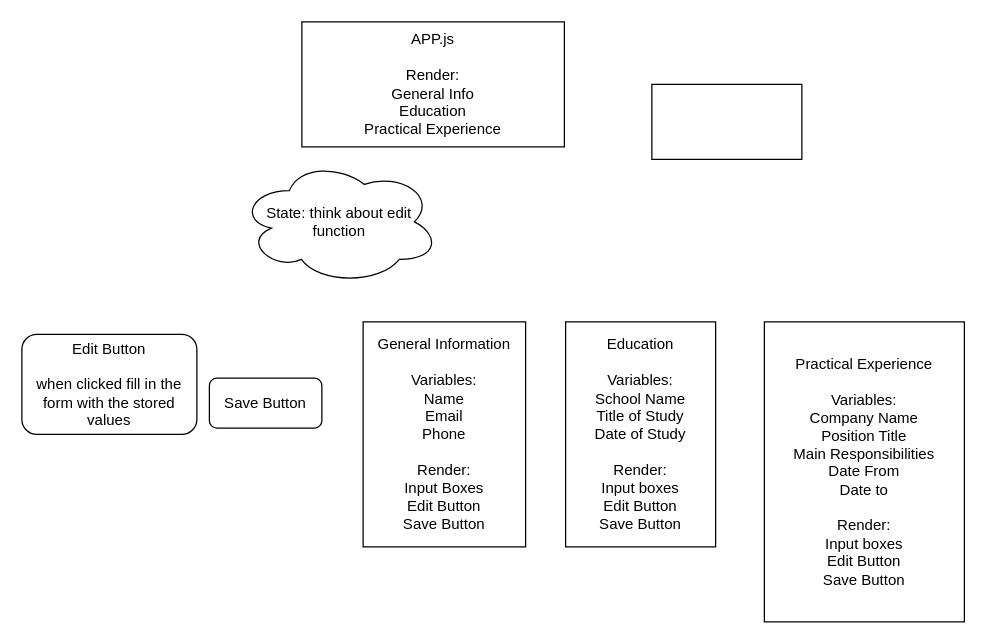
The draw.io diagram CV-Project/CVProject.drawio in ChrisKnowles53/odin-cv-project, before the edit. Source tidied: cells renumbered, new cells numbered last; positions are measured from the earlier drawing's top-left corner, leaving out a move shared by most shapes. Both pictures are drawn from the tidied source at 125%, with x=0, y=0 at pixel (21, 21).
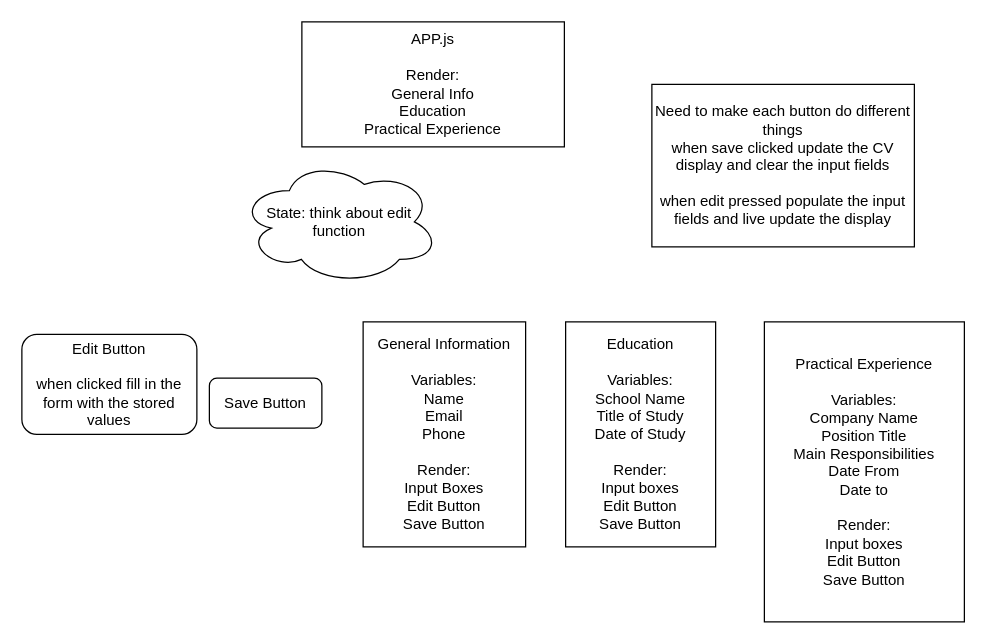
The same diagram, later.

Commit message (it also covers changes not shown here):
save and edit buttons added they need linking to do something

What changed in the source:
```diff
@@
 <mxGraphModel>
   <root>
     <mxCell id="0" />
     <mxCell id="1" parent="0" />
     <mxCell id="2" value="APP.js&lt;br&gt;&lt;br&gt;Render:&lt;br&gt;General Info&lt;br&gt;Education&lt;br&gt;Practical Experience" style="rounded=0;whiteSpace=wrap;html=1;" parent="1" vertex="1">
       <mxGeometry x="224" width="210" height="100" as="geometry" />
     </mxCell>
     <mxCell id="3" value="Education&lt;br&gt;&lt;br&gt;Variables:&lt;br&gt;School Name&lt;br&gt;Title of Study&lt;br&gt;Date of Study&lt;br&gt;&lt;br&gt;Render:&lt;br&gt;Input boxes&lt;br&gt;Edit Button&lt;br&gt;Save Button" style="rounded=0;whiteSpace=wrap;html=1;" parent="1" vertex="1">
       <mxGeometry x="435" y="240" width="120" height="180" as="geometry" />
     </mxCell>
     <mxCell id="4" value="Practical Experience&lt;br&gt;&lt;br&gt;Variables:&lt;br&gt;Company Name&lt;br&gt;Position Title&lt;br&gt;Main Responsibilities&lt;br&gt;Date From&lt;br&gt;Date to&lt;br&gt;&lt;br&gt;Render:&lt;br style=&quot;border-color: var(--border-color);&quot;&gt;Input boxes&lt;br style=&quot;border-color: var(--border-color);&quot;&gt;Edit Button&lt;br style=&quot;border-color: var(--border-color);&quot;&gt;Save Button" style="rounded=0;whiteSpace=wrap;html=1;" parent="1" vertex="1">
       <mxGeometry x="594" y="240" width="160" height="240" as="geometry" />
     </mxCell>
     <mxCell id="5" value="General Information&lt;br&gt;&lt;br&gt;Variables:&lt;br&gt;Name&lt;br&gt;Email&lt;br&gt;Phone&lt;br&gt;&lt;br&gt;Render:&lt;br&gt;Input Boxes&lt;br&gt;Edit Button&lt;br&gt;Save Button" style="rounded=0;whiteSpace=wrap;html=1;" parent="1" vertex="1">
       <mxGeometry x="273" y="240" width="130" height="180" as="geometry" />
     </mxCell>
     <mxCell id="6" value="Edit Button&lt;br&gt;&lt;br&gt;when clicked fill in the form with the stored values" style="rounded=1;whiteSpace=wrap;html=1;" parent="1" vertex="1">
       <mxGeometry y="250" width="140" height="80" as="geometry" />
     </mxCell>
     <mxCell id="7" value="Save Button" style="rounded=1;whiteSpace=wrap;html=1;" parent="1" vertex="1">
       <mxGeometry x="150" y="285" width="90" height="40" as="geometry" />
     </mxCell>
     <mxCell id="8" value="State: think about edit function" style="ellipse;shape=cloud;whiteSpace=wrap;html=1;" parent="1" vertex="1">
       <mxGeometry x="174" y="110" width="160" height="100" as="geometry" />
     </mxCell>
-    <mxCell id="9" style="rounded=0;whiteSpace=wrap;html=1;" parent="1" vertex="1">
-      <mxGeometry x="504" y="50" width="120" height="60" as="geometry" />
+    <mxCell id="9" value="Need to make each button do different things&lt;br&gt;when save clicked update the CV display and clear the input fields&lt;br&gt;&lt;br&gt;when edit pressed populate the input fields and live update the display" style="rounded=0;whiteSpace=wrap;html=1;" parent="1" vertex="1">
+      <mxGeometry x="504" y="50" width="210" height="130" as="geometry" />
     </mxCell>
   </root>
 </mxGraphModel>
```
